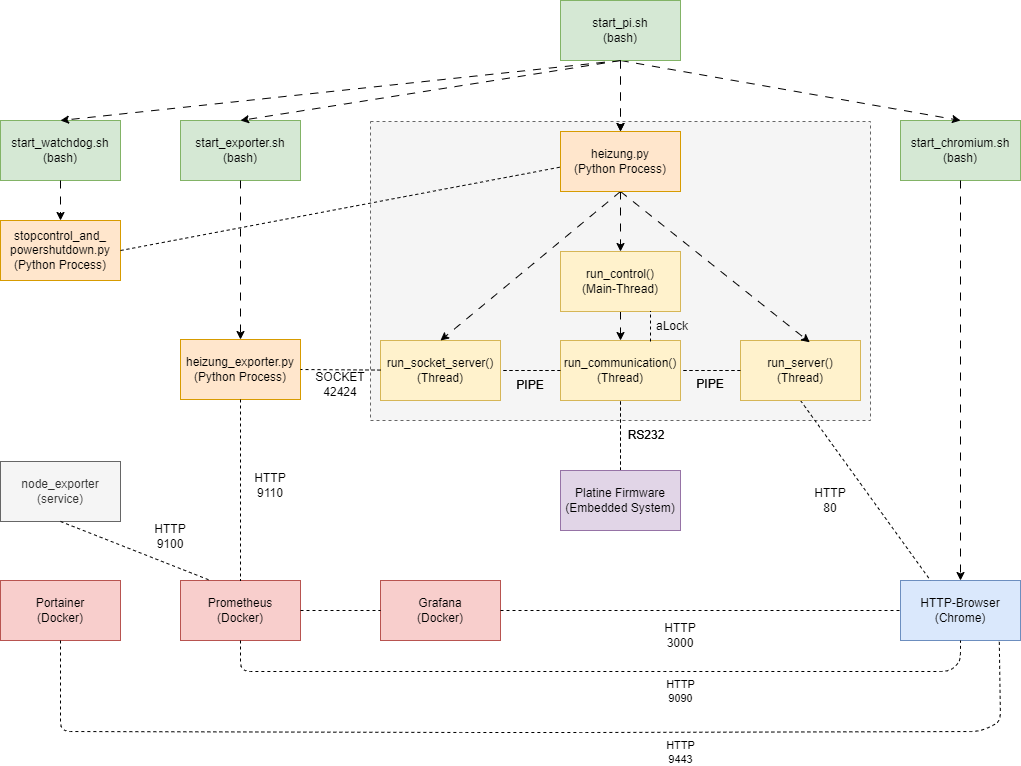
This is documentation/BlockDiagrammSoftware.png from mneuroth/heizungsregelung-public, a draw.io export, as it was before one commit. Source tidied: cells renumbered, new cells last; positions are measured from the earlier drawing's top-left corner, leaving out a move shared by most shapes.
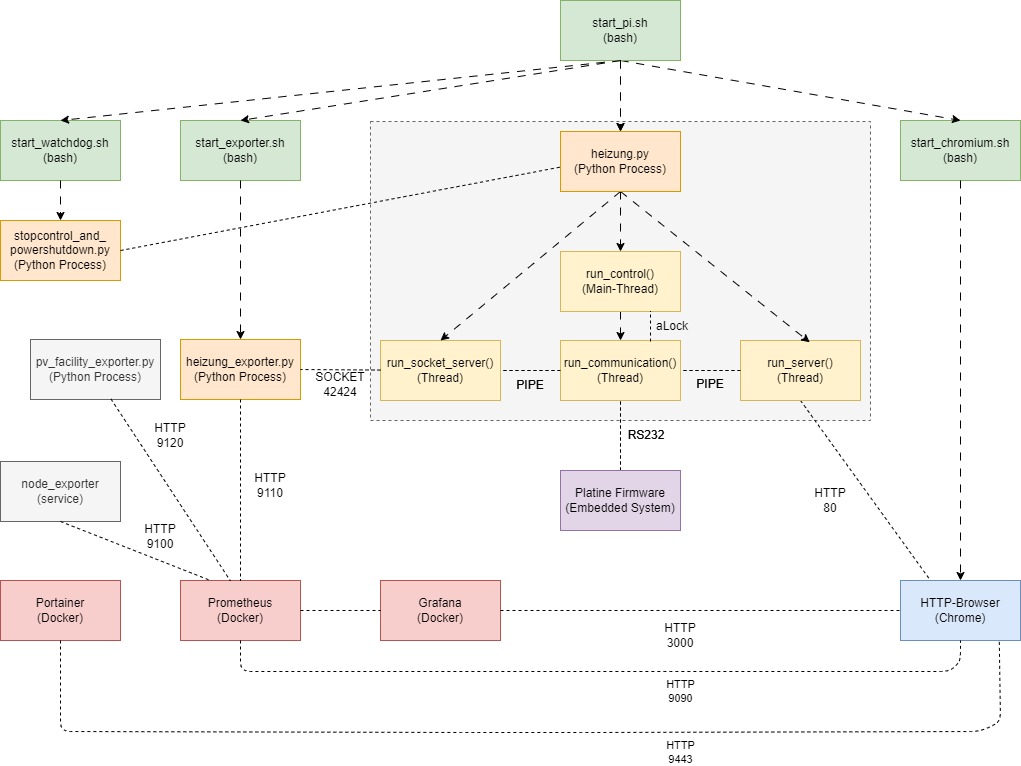
After the change.

Commit message:
Added support for pv facility data logging, updated documentation

The edit, as a diff of the source:
```diff
@@ -203,7 +203,7 @@
       <mxGeometry y="461" width="120" height="60" as="geometry" />
     </mxCell>
     <mxCell id="60" value="HTTP&lt;br&gt;9100" style="text;html=1;strokeColor=none;fillColor=none;align=center;verticalAlign=middle;whiteSpace=wrap;rounded=0;" parent="1" vertex="1">
-      <mxGeometry x="140" y="521" width="60" height="30" as="geometry" />
+      <mxGeometry x="130" y="521" width="60" height="30" as="geometry" />
     </mxCell>
     <mxCell id="61" style="endArrow=none;dashed=1;html=1;rounded=0;exitX=0.5;exitY=1;exitDx=0;exitDy=0;entryX=0.25;entryY=0;entryDx=0;entryDy=0;" parent="1" edge="1" source="59" target="22">
       <mxGeometry relative="1" as="geometry" />
@@ -223,5 +223,16 @@
     <mxCell id="66" style="endArrow=none;dashed=1;html=1;rounded=0;entryX=0.75;entryY=1;entryDx=0;entryDy=0;exitX=0.75;exitY=0.017;exitDx=0;exitDy=0;exitPerimeter=0;" parent="1" edge="1" source="29" target="64">
       <mxGeometry relative="1" as="geometry" />
     </mxCell>
+    <mxCell id="67" value="pv_facility_exporter.py&lt;br&gt;(Python Process)" style="rounded=0;whiteSpace=wrap;html=1;fillColor=#f5f5f5;strokeColor=#666666;fontColor=#333333;" parent="1" vertex="1">
+      <mxGeometry x="30" y="339" width="130" height="60" as="geometry" />
+    </mxCell>
+    <mxCell id="68" style="endArrow=none;dashed=1;html=1;rounded=0;exitX=0.619;exitY=0.992;exitDx=0;exitDy=0;entryX=0.5;entryY=0;entryDx=0;entryDy=0;exitPerimeter=0;" parent="1" edge="1" source="67">
+      <mxGeometry relative="1" as="geometry">
+        <mxPoint x="230" y="580.5" as="targetPoint" />
+      </mxGeometry>
+    </mxCell>
+    <mxCell id="69" value="HTTP&lt;br&gt;9120" style="text;html=1;strokeColor=none;fillColor=none;align=center;verticalAlign=middle;whiteSpace=wrap;rounded=0;" parent="1" vertex="1">
+      <mxGeometry x="140" y="420" width="60" height="30" as="geometry" />
+    </mxCell>
   </root>
 </mxGraphModel>
```
